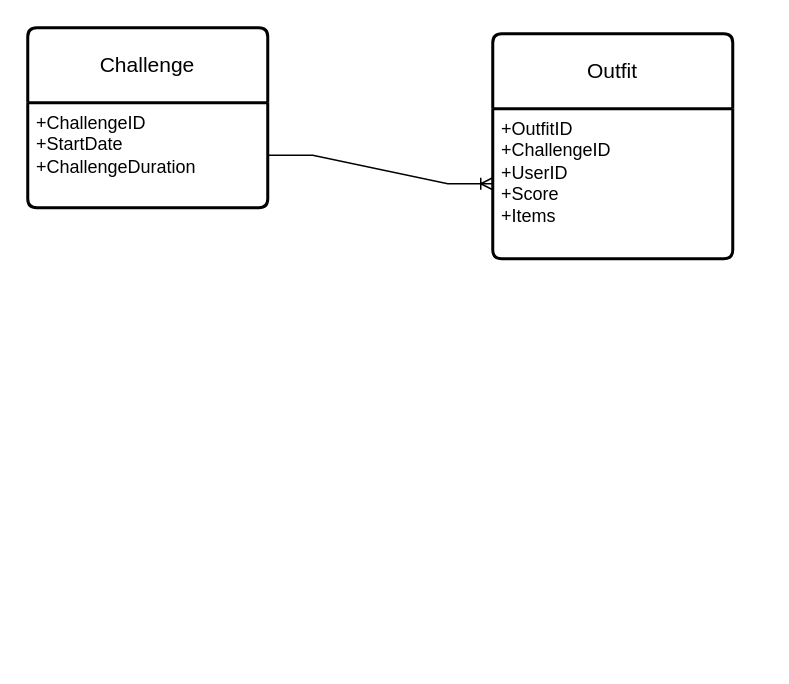
Earlier version of the draw.io diagram PVP OOTD.drawio (yaohuiwu/SimpleFS). Source tidied: cells renumbered, new cells numbered last; positions are measured from the earlier drawing's top-left corner, leaving out a move shared by most shapes. Both pictures are drawn from the tidied source at 150%, with x=0, y=0 at pixel (27, 27).
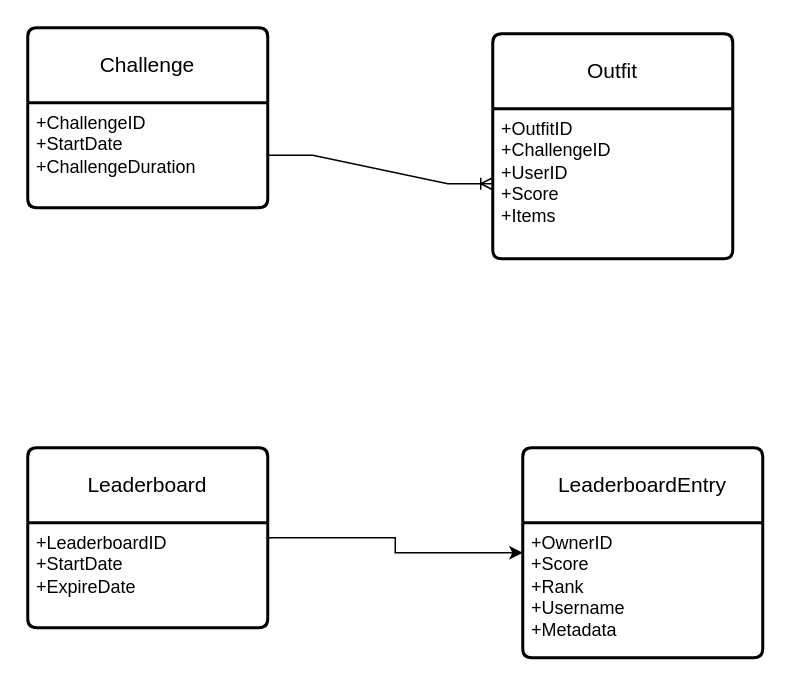
After the change.

What changed in the source:
```diff
@@
 <mxGraphModel>
   <root>
     <mxCell id="0" />
     <mxCell id="1" parent="0" />
     <mxCell id="2" value="Challenge" style="swimlane;horizontal=1;startSize=50;rounded=1;fontSize=14;fontStyle=0;strokeWidth=2;shadow=0;dashed=0;align=center;arcSize=4;whiteSpace=wrap;html=1;" parent="1" vertex="1">
       <mxGeometry width="160" height="120" as="geometry" />
     </mxCell>
     <mxCell id="3" value="+ChallengeID&lt;br&gt;+StartDate&lt;br&gt;+ChallengeDuration" style="align=left;strokeColor=none;fillColor=none;spacingLeft=4;fontSize=12;verticalAlign=top;html=1;" parent="2" vertex="1">
       <mxGeometry y="50" width="160" height="70" as="geometry" />
     </mxCell>
     <mxCell id="4" value="Outfit" style="swimlane;horizontal=1;startSize=50;rounded=1;fontSize=14;fontStyle=0;strokeWidth=2;shadow=0;dashed=0;align=center;arcSize=4;whiteSpace=wrap;html=1;" parent="1" vertex="1">
       <mxGeometry x="310" y="4" width="160" height="150" as="geometry" />
     </mxCell>
     <mxCell id="5" value="+OutfitID&lt;br&gt;+ChallengeID&lt;br&gt;+UserID&lt;br&gt;+Score&lt;br&gt;+Items" style="align=left;strokeColor=none;fillColor=none;spacingLeft=4;fontSize=12;verticalAlign=top;html=1;" parent="4" vertex="1">
       <mxGeometry y="50" width="160" height="100" as="geometry" />
     </mxCell>
     <mxCell id="6" style="edgeStyle=entityRelationEdgeStyle;fontSize=12;html=1;endArrow=ERoneToMany;rounded=0;exitX=1;exitY=0.5;exitDx=0;exitDy=0;entryX=0;entryY=0.5;entryDx=0;entryDy=0;" parent="1" edge="1" source="3" target="5">
       <mxGeometry relative="1" as="geometry" />
     </mxCell>
+    <mxCell id="7" style="edgeStyle=orthogonalEdgeStyle;rounded=0;jettySize=auto;html=1;" parent="1" edge="1" source="8" target="10">
+      <mxGeometry relative="1" as="geometry" />
+    </mxCell>
+    <mxCell id="8" value="Leaderboard" style="swimlane;horizontal=1;startSize=50;rounded=1;fontSize=14;fontStyle=0;strokeWidth=2;shadow=0;dashed=0;align=center;arcSize=4;whiteSpace=wrap;html=1;" parent="1" vertex="1">
+      <mxGeometry y="280" width="160" height="120" as="geometry" />
+    </mxCell>
+    <mxCell id="9" value="+LeaderboardID&lt;br&gt;+StartDate&lt;br&gt;+ExpireDate" style="align=left;strokeColor=none;fillColor=none;spacingLeft=4;fontSize=12;verticalAlign=top;html=1;" parent="8" vertex="1">
+      <mxGeometry y="50" width="160" height="70" as="geometry" />
+    </mxCell>
+    <mxCell id="10" value="LeaderboardEntry" style="swimlane;horizontal=1;startSize=50;rounded=1;fontSize=14;fontStyle=0;strokeWidth=2;shadow=0;dashed=0;align=center;arcSize=4;whiteSpace=wrap;html=1;" parent="1" vertex="1">
+      <mxGeometry x="330" y="280" width="160" height="140" as="geometry" />
+    </mxCell>
+    <mxCell id="11" value="+OwnerID&lt;br&gt;+Score&lt;br&gt;+Rank&lt;br&gt;+Username&lt;br&gt;+Metadata" style="align=left;strokeColor=none;fillColor=none;spacingLeft=4;fontSize=12;verticalAlign=top;html=1;" parent="10" vertex="1">
+      <mxGeometry y="50" width="160" height="90" as="geometry" />
+    </mxCell>
   </root>
 </mxGraphModel>
```
